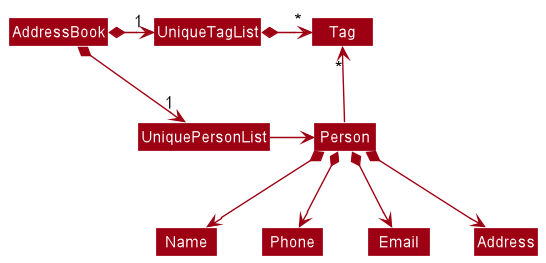
The PlantUML diagram docs/images/BetterModelClassDiagram.png in nus-cs2103-AY2122S1/tp, before a commit.
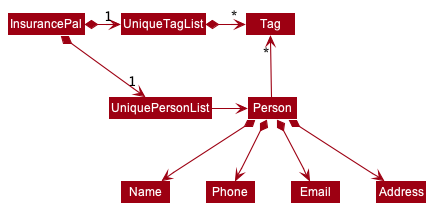
The same file after the commit.

Diff of the diagram source:
```diff
@@ -4,8 +4,8 @@
 skinparam arrowColor MODEL_COLOR
 skinparam classBackgroundColor MODEL_COLOR
 
-AddressBook *-right-> "1" UniquePersonList
-AddressBook *-right-> "1" UniqueTagList
+InsurancePal *-right-> "1" UniquePersonList
+InsurancePal *-right-> "1" UniqueTagList
 UniqueTagList -[hidden]down- UniquePersonList
 UniqueTagList -[hidden]down- UniquePersonList
 
```
